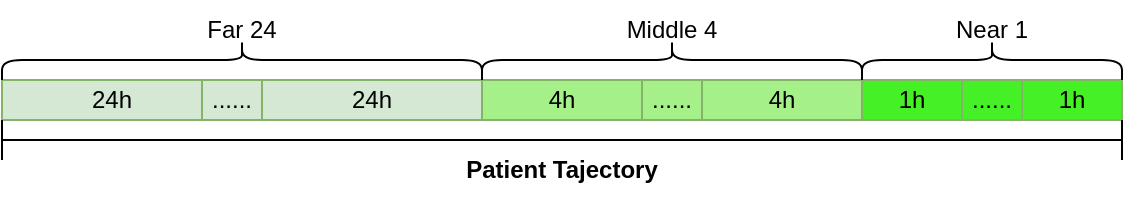
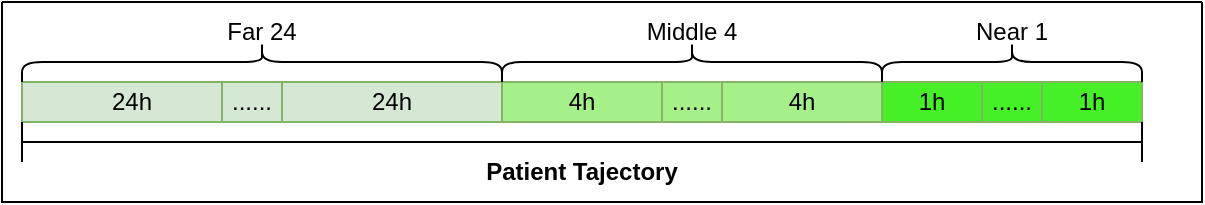
<mxfile host="app.diagrams.net">
  <diagram name="第 1 页" id="3EZWXdWs5LoXoSu94if4">
-     <mxGraphModel dx="744" dy="507" grid="1" gridSize="10" guides="1" tooltips="1" connect="1" arrows="1" fold="1" page="1" pageScale="1" pageWidth="827" pageHeight="1169" math="0" shadow="0">
+     <mxGraphModel dx="790" dy="539" grid="1" gridSize="10" guides="1" tooltips="1" connect="1" arrows="1" fold="1" page="1" pageScale="1" pageWidth="827" pageHeight="1169" math="0" shadow="0">
      <root>
        <mxCell id="0" />
        <mxCell id="1" parent="0" />
        <mxCell id="xGCr_gD7uzWL95jFXDYc-1" parent="1" style="rounded=0;whiteSpace=wrap;html=1;fillColor=#d5e8d4;strokeColor=#82b366;" value="24h" vertex="1">
          <mxGeometry height="20" width="110" x="40" y="170" as="geometry" />
        </mxCell>
        <mxCell id="xGCr_gD7uzWL95jFXDYc-2" parent="1" style="rounded=0;whiteSpace=wrap;html=1;fillColor=#d5e8d4;strokeColor=#82b366;" value="24h" vertex="1">
          <mxGeometry height="20" width="110" x="170" y="170" as="geometry" />
        </mxCell>
        <mxCell id="xGCr_gD7uzWL95jFXDYc-3" parent="1" style="rounded=0;whiteSpace=wrap;html=1;fillColor=light-dark(#A5F089,#1F2F1E);strokeColor=#82b366;" value="4h" vertex="1">
          <mxGeometry height="20" width="80" x="280" y="170" as="geometry" />
        </mxCell>
        <mxCell id="xGCr_gD7uzWL95jFXDYc-5" parent="1" style="rounded=0;whiteSpace=wrap;html=1;fillColor=#d5e8d4;strokeColor=#82b366;" value="......" vertex="1">
          <mxGeometry height="20" width="30" x="140" y="170" as="geometry" />
        </mxCell>
        <mxCell id="xGCr_gD7uzWL95jFXDYc-6" parent="1" style="rounded=0;whiteSpace=wrap;html=1;fillColor=light-dark(#A5F089,#1F2F1E);strokeColor=#82b366;" value="......" vertex="1">
          <mxGeometry height="20" width="30" x="360" y="170" as="geometry" />
        </mxCell>
        <mxCell id="xGCr_gD7uzWL95jFXDYc-8" parent="1" style="rounded=0;whiteSpace=wrap;html=1;fillColor=light-dark(#A5F089,#1F2F1E);strokeColor=#82b366;" value="4h" vertex="1">
          <mxGeometry height="20" width="80" x="390" y="170" as="geometry" />
        </mxCell>
        <mxCell id="xGCr_gD7uzWL95jFXDYc-9" parent="1" style="rounded=0;whiteSpace=wrap;html=1;fillColor=light-dark(#46F027,#1F2F1E);strokeColor=#82b366;" value="1h" vertex="1">
          <mxGeometry height="20" width="50" x="470" y="170" as="geometry" />
        </mxCell>
        <mxCell id="xGCr_gD7uzWL95jFXDYc-10" parent="1" style="rounded=0;whiteSpace=wrap;html=1;fillColor=light-dark(#46F027,#1F2F1E);strokeColor=#82b366;" value="1h" vertex="1">
          <mxGeometry height="20" width="50" x="550" y="170" as="geometry" />
        </mxCell>
        <mxCell id="xGCr_gD7uzWL95jFXDYc-11" parent="1" style="rounded=0;whiteSpace=wrap;html=1;fillColor=light-dark(#46F027,#1F2F1E);strokeColor=#82b366;" value="......" vertex="1">
          <mxGeometry height="20" width="30" x="520" y="170" as="geometry" />
        </mxCell>
        <mxCell id="xGCr_gD7uzWL95jFXDYc-12" parent="1" style="shape=curlyBracket;whiteSpace=wrap;html=1;rounded=1;labelPosition=left;verticalLabelPosition=middle;align=right;verticalAlign=middle;rotation=90;" value="" vertex="1">
          <mxGeometry height="240" width="20" x="150" y="40" as="geometry" />
        </mxCell>
        <mxCell id="xGCr_gD7uzWL95jFXDYc-13" parent="1" style="text;html=1;whiteSpace=wrap;strokeColor=none;fillColor=none;align=center;verticalAlign=middle;rounded=0;" value="Far 24" vertex="1">
          <mxGeometry height="30" width="60" x="130" y="130" as="geometry" />
        </mxCell>
        <mxCell id="xGCr_gD7uzWL95jFXDYc-14" parent="1" style="shape=curlyBracket;whiteSpace=wrap;html=1;rounded=1;labelPosition=left;verticalLabelPosition=middle;align=right;verticalAlign=middle;rotation=90;" value="" vertex="1">
          <mxGeometry height="190" width="20" x="365" y="65" as="geometry" />
        </mxCell>
        <mxCell id="xGCr_gD7uzWL95jFXDYc-15" parent="1" style="text;html=1;whiteSpace=wrap;strokeColor=none;fillColor=none;align=center;verticalAlign=middle;rounded=0;" value="Middle 4" vertex="1">
          <mxGeometry height="30" width="60" x="345" y="130" as="geometry" />
        </mxCell>
        <mxCell id="xGCr_gD7uzWL95jFXDYc-16" parent="1" style="shape=curlyBracket;whiteSpace=wrap;html=1;rounded=1;labelPosition=left;verticalLabelPosition=middle;align=right;verticalAlign=middle;rotation=90;" value="" vertex="1">
          <mxGeometry height="130" width="20" x="525" y="95" as="geometry" />
        </mxCell>
        <mxCell id="xGCr_gD7uzWL95jFXDYc-17" parent="1" style="text;html=1;whiteSpace=wrap;strokeColor=none;fillColor=none;align=center;verticalAlign=middle;rounded=0;" value="Near 1" vertex="1">
          <mxGeometry height="30" width="60" x="505" y="130" as="geometry" />
        </mxCell>
        <mxCell id="xGCr_gD7uzWL95jFXDYc-18" parent="1" style="shape=crossbar;whiteSpace=wrap;html=1;rounded=1;" value="" vertex="1">
          <mxGeometry height="20" width="560" x="40" y="190" as="geometry" />
        </mxCell>
        <mxCell id="xGCr_gD7uzWL95jFXDYc-19" parent="1" style="text;html=1;whiteSpace=wrap;strokeColor=none;fillColor=none;align=center;verticalAlign=middle;rounded=0;" value="&lt;b&gt;Patient Tajectory&lt;/b&gt;" vertex="1">
          <mxGeometry height="30" width="120" x="260" y="200" as="geometry" />
        </mxCell>
+         <mxCell id="3SwoLBKGE5TvQkrzPOWH-1" parent="1" style="swimlane;startSize=0;" value="" vertex="1">
+           <mxGeometry height="100" width="600" x="30" y="130" as="geometry" />
+         </mxCell>
      </root>
    </mxGraphModel>
  </diagram>
</mxfile>
